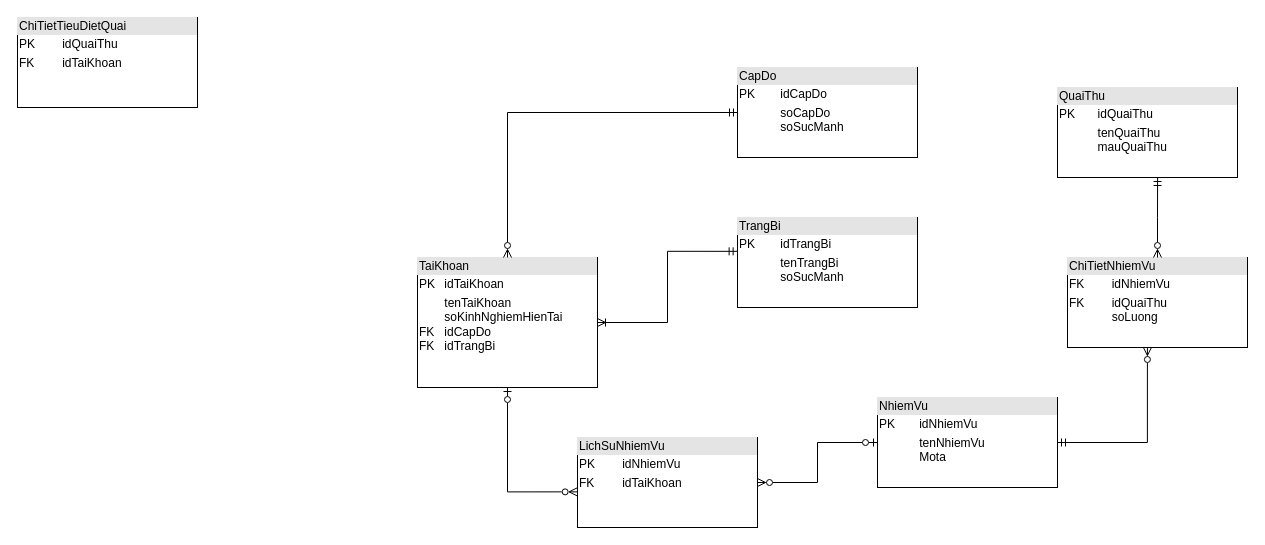
khoavu1831/rpg_console keeps this draw.io diagram as docs/erd/ERD.drawio. Above is the earlier version. Source tidied: cells renumbered, new cells numbered last; positions are measured from the earlier drawing's top-left corner, leaving out a move shared by most shapes. Both pictures are drawn from the tidied source at 100%, with x=0, y=0 at pixel (17, 17).
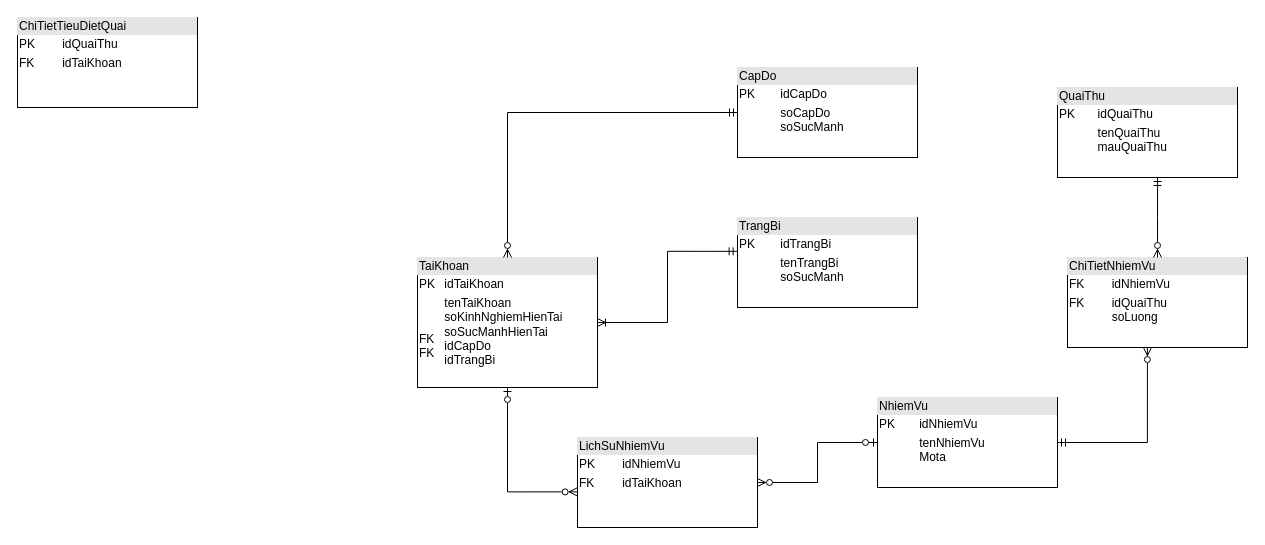
The same page after the edit.

Commit message:
docs: cập nhật bản vẽ erd

What changed in the source:
```diff
@@
 <mxGraphModel>
   <root>
     <mxCell id="0" />
     <mxCell id="1" parent="0" />
-    <mxCell id="2" value="&lt;div style=&quot;box-sizing: border-box; width: 100%; background: rgb(228, 228, 228); padding: 2px;&quot;&gt;TaiKhoan&lt;/div&gt;&lt;table style=&quot;width:100%;font-size:1em;&quot; cellpadding=&quot;2&quot; cellspacing=&quot;0&quot;&gt;&lt;tbody&gt;&lt;tr&gt;&lt;td&gt;PK&lt;/td&gt;&lt;td&gt;idTaiKhoan&lt;/td&gt;&lt;/tr&gt;&lt;tr&gt;&lt;td&gt;&lt;br&gt;&lt;br&gt;FK&lt;br&gt;FK&lt;/td&gt;&lt;td&gt;tenTaiKhoan&lt;br&gt;soKinhNghiemHienTai&lt;br&gt;idCapDo&lt;br&gt;idTrangBi&lt;/td&gt;&lt;/tr&gt;&lt;/tbody&gt;&lt;/table&gt;" style="verticalAlign=top;align=left;overflow=fill;html=1;whiteSpace=wrap;" parent="1" vertex="1">
+    <mxCell id="2" value="&lt;div style=&quot;box-sizing: border-box; width: 100%; background: rgb(228, 228, 228); padding: 2px;&quot;&gt;TaiKhoan&lt;/div&gt;&lt;table style=&quot;width:100%;font-size:1em;&quot; cellpadding=&quot;2&quot; cellspacing=&quot;0&quot;&gt;&lt;tbody&gt;&lt;tr&gt;&lt;td&gt;PK&lt;/td&gt;&lt;td&gt;idTaiKhoan&lt;/td&gt;&lt;/tr&gt;&lt;tr&gt;&lt;td&gt;&lt;br&gt;&lt;br&gt;FK&lt;br&gt;FK&lt;/td&gt;&lt;td&gt;tenTaiKhoan&lt;br&gt;soKinhNghiemHienTai&lt;br&gt;soSucManhHienTai&lt;br&gt;idCapDo&lt;br&gt;idTrangBi&lt;/td&gt;&lt;/tr&gt;&lt;/tbody&gt;&lt;/table&gt;" style="verticalAlign=top;align=left;overflow=fill;html=1;whiteSpace=wrap;" parent="1" vertex="1">
       <mxGeometry x="400" y="240" width="180" height="130" as="geometry" />
     </mxCell>
     <mxCell id="3" value="&lt;div style=&quot;box-sizing: border-box; width: 100%; background: rgb(228, 228, 228); padding: 2px;&quot;&gt;QuaiThu&lt;/div&gt;&lt;table style=&quot;width:100%;font-size:1em;&quot; cellpadding=&quot;2&quot; cellspacing=&quot;0&quot;&gt;&lt;tbody&gt;&lt;tr&gt;&lt;td&gt;PK&lt;/td&gt;&lt;td&gt;idQuaiThu&lt;/td&gt;&lt;/tr&gt;&lt;tr&gt;&lt;td&gt;&lt;br&gt;&lt;/td&gt;&lt;td&gt;tenQuaiThu&lt;br&gt;mauQuaiThu&lt;br&gt;&lt;br&gt;&lt;/td&gt;&lt;/tr&gt;&lt;/tbody&gt;&lt;/table&gt;" style="verticalAlign=top;align=left;overflow=fill;html=1;whiteSpace=wrap;" parent="1" vertex="1">
       <mxGeometry x="1040" y="70" width="180" height="90" as="geometry" />
     </mxCell>
     <mxCell id="4" style="edgeStyle=orthogonalEdgeStyle;rounded=0;jettySize=auto;html=1;entryX=0.5;entryY=0;entryDx=0;entryDy=0;endArrow=ERzeroToMany;endFill=0;startArrow=ERmandOne;startFill=0;" parent="1" edge="1" source="5" target="2">
       <mxGeometry relative="1" as="geometry" />
     </mxCell>
     <mxCell id="5" value="&lt;div style=&quot;box-sizing: border-box; width: 100%; background: rgb(228, 228, 228); padding: 2px;&quot;&gt;CapDo&lt;/div&gt;&lt;table style=&quot;width:100%;font-size:1em;&quot; cellpadding=&quot;2&quot; cellspacing=&quot;0&quot;&gt;&lt;tbody&gt;&lt;tr&gt;&lt;td&gt;PK&lt;/td&gt;&lt;td&gt;idCapDo&lt;/td&gt;&lt;/tr&gt;&lt;tr&gt;&lt;td&gt;&lt;br&gt;&lt;/td&gt;&lt;td&gt;soCapDo&lt;br&gt;soSucManh&lt;/td&gt;&lt;/tr&gt;&lt;/tbody&gt;&lt;/table&gt;" style="verticalAlign=top;align=left;overflow=fill;html=1;whiteSpace=wrap;" parent="1" vertex="1">
       <mxGeometry x="720" y="50" width="180" height="90" as="geometry" />
     </mxCell>
     <mxCell id="6" value="&lt;div style=&quot;box-sizing: border-box; width: 100%; background: rgb(228, 228, 228); padding: 2px;&quot;&gt;TrangBi&lt;/div&gt;&lt;table style=&quot;width:100%;font-size:1em;&quot; cellpadding=&quot;2&quot; cellspacing=&quot;0&quot;&gt;&lt;tbody&gt;&lt;tr&gt;&lt;td&gt;PK&lt;/td&gt;&lt;td&gt;idTrangBi&lt;/td&gt;&lt;/tr&gt;&lt;tr&gt;&lt;td&gt;&lt;br&gt;&lt;br&gt;&lt;/td&gt;&lt;td&gt;tenTrangBi&lt;br&gt;soSucManh&lt;br&gt;&lt;/td&gt;&lt;/tr&gt;&lt;/tbody&gt;&lt;/table&gt;" style="verticalAlign=top;align=left;overflow=fill;html=1;whiteSpace=wrap;" parent="1" vertex="1">
       <mxGeometry x="720" y="200" width="180" height="90" as="geometry" />
     </mxCell>
     <mxCell id="7" style="edgeStyle=orthogonalEdgeStyle;rounded=0;jettySize=auto;html=1;entryX=-0.002;entryY=0.376;entryDx=0;entryDy=0;entryPerimeter=0;endArrow=ERmandOne;endFill=0;startArrow=ERoneToMany;startFill=0;" parent="1" edge="1" source="2" target="6">
       <mxGeometry relative="1" as="geometry" />
     </mxCell>
     <mxCell id="8" value="&lt;div style=&quot;box-sizing: border-box; width: 100%; background: rgb(228, 228, 228); padding: 2px;&quot;&gt;ChiTietTieuDietQuai&lt;/div&gt;&lt;table style=&quot;width:100%;font-size:1em;&quot; cellpadding=&quot;2&quot; cellspacing=&quot;0&quot;&gt;&lt;tbody&gt;&lt;tr&gt;&lt;td&gt;PK&lt;/td&gt;&lt;td&gt;idQuaiThu&lt;/td&gt;&lt;/tr&gt;&lt;tr&gt;&lt;td&gt;FK&lt;/td&gt;&lt;td&gt;idTaiKhoan&lt;br&gt;&lt;/td&gt;&lt;/tr&gt;&lt;/tbody&gt;&lt;/table&gt;" style="verticalAlign=top;align=left;overflow=fill;html=1;whiteSpace=wrap;" parent="1" vertex="1">
       <mxGeometry width="180" height="90" as="geometry" />
     </mxCell>
     <mxCell id="9" value="&lt;div style=&quot;box-sizing: border-box; width: 100%; background: rgb(228, 228, 228); padding: 2px;&quot;&gt;NhiemVu&lt;/div&gt;&lt;table style=&quot;width:100%;font-size:1em;&quot; cellpadding=&quot;2&quot; cellspacing=&quot;0&quot;&gt;&lt;tbody&gt;&lt;tr&gt;&lt;td&gt;PK&lt;/td&gt;&lt;td&gt;idNhiemVu&lt;/td&gt;&lt;/tr&gt;&lt;tr&gt;&lt;td&gt;&lt;br&gt;&lt;br&gt;&lt;/td&gt;&lt;td&gt;tenNhiemVu&lt;br&gt;Mota&lt;br&gt;&lt;br&gt;&lt;/td&gt;&lt;/tr&gt;&lt;/tbody&gt;&lt;/table&gt;" style="verticalAlign=top;align=left;overflow=fill;html=1;whiteSpace=wrap;" parent="1" vertex="1">
       <mxGeometry x="860" y="380" width="180" height="90" as="geometry" />
     </mxCell>
     <mxCell id="10" style="edgeStyle=orthogonalEdgeStyle;rounded=0;jettySize=auto;html=1;exitX=1;exitY=0.5;exitDx=0;exitDy=0;endArrow=ERzeroToOne;endFill=0;startArrow=ERzeroToMany;startFill=0;" parent="1" edge="1" source="11" target="9">
       <mxGeometry relative="1" as="geometry" />
     </mxCell>
     <mxCell id="11" value="&lt;div style=&quot;box-sizing: border-box; width: 100%; background: rgb(228, 228, 228); padding: 2px;&quot;&gt;LichSuNhiemVu&lt;/div&gt;&lt;table style=&quot;width:100%;font-size:1em;&quot; cellpadding=&quot;2&quot; cellspacing=&quot;0&quot;&gt;&lt;tbody&gt;&lt;tr&gt;&lt;td&gt;PK&lt;/td&gt;&lt;td&gt;idNhiemVu&lt;/td&gt;&lt;/tr&gt;&lt;tr&gt;&lt;td&gt;FK&lt;br&gt;&lt;br&gt;&lt;/td&gt;&lt;td&gt;idTaiKhoan&lt;br&gt;&lt;br&gt;&lt;/td&gt;&lt;/tr&gt;&lt;/tbody&gt;&lt;/table&gt;" style="verticalAlign=top;align=left;overflow=fill;html=1;whiteSpace=wrap;" parent="1" vertex="1">
       <mxGeometry x="560" y="420" width="180" height="90" as="geometry" />
     </mxCell>
     <mxCell id="12" style="edgeStyle=orthogonalEdgeStyle;rounded=0;jettySize=auto;html=1;entryX=-0.002;entryY=0.604;entryDx=0;entryDy=0;entryPerimeter=0;endArrow=ERzeroToMany;endFill=0;startArrow=ERzeroToOne;startFill=0;" parent="1" edge="1" source="2" target="11">
       <mxGeometry relative="1" as="geometry" />
     </mxCell>
     <mxCell id="13" value="&lt;div style=&quot;box-sizing: border-box; width: 100%; background: rgb(228, 228, 228); padding: 2px;&quot;&gt;ChiTietNhiemVu&lt;/div&gt;&lt;table style=&quot;width:100%;font-size:1em;&quot; cellpadding=&quot;2&quot; cellspacing=&quot;0&quot;&gt;&lt;tbody&gt;&lt;tr&gt;&lt;td&gt;FK&lt;/td&gt;&lt;td&gt;idNhiemVu&lt;/td&gt;&lt;/tr&gt;&lt;tr&gt;&lt;td&gt;FK&lt;br&gt;&lt;br&gt;&lt;br&gt;&lt;/td&gt;&lt;td&gt;idQuaiThu&lt;br&gt;soLuong&lt;br&gt;&lt;br&gt;&lt;/td&gt;&lt;/tr&gt;&lt;/tbody&gt;&lt;/table&gt;" style="verticalAlign=top;align=left;overflow=fill;html=1;whiteSpace=wrap;" parent="1" vertex="1">
       <mxGeometry x="1050" y="240" width="180" height="90" as="geometry" />
     </mxCell>
     <mxCell id="14" style="edgeStyle=orthogonalEdgeStyle;rounded=0;jettySize=auto;html=1;exitX=1;exitY=0.5;exitDx=0;exitDy=0;entryX=0.444;entryY=1;entryDx=0;entryDy=0;entryPerimeter=0;endArrow=ERzeroToMany;endFill=0;startArrow=ERmandOne;startFill=0;" parent="1" edge="1" source="9" target="13">
       <mxGeometry relative="1" as="geometry" />
     </mxCell>
     <mxCell id="15" style="edgeStyle=orthogonalEdgeStyle;rounded=0;jettySize=auto;html=1;exitX=0.5;exitY=0;exitDx=0;exitDy=0;entryX=0.556;entryY=1;entryDx=0;entryDy=0;entryPerimeter=0;endArrow=ERmandOne;endFill=0;startArrow=ERzeroToMany;startFill=0;" parent="1" edge="1" source="13" target="3">
       <mxGeometry relative="1" as="geometry" />
     </mxCell>
   </root>
 </mxGraphModel>
```
